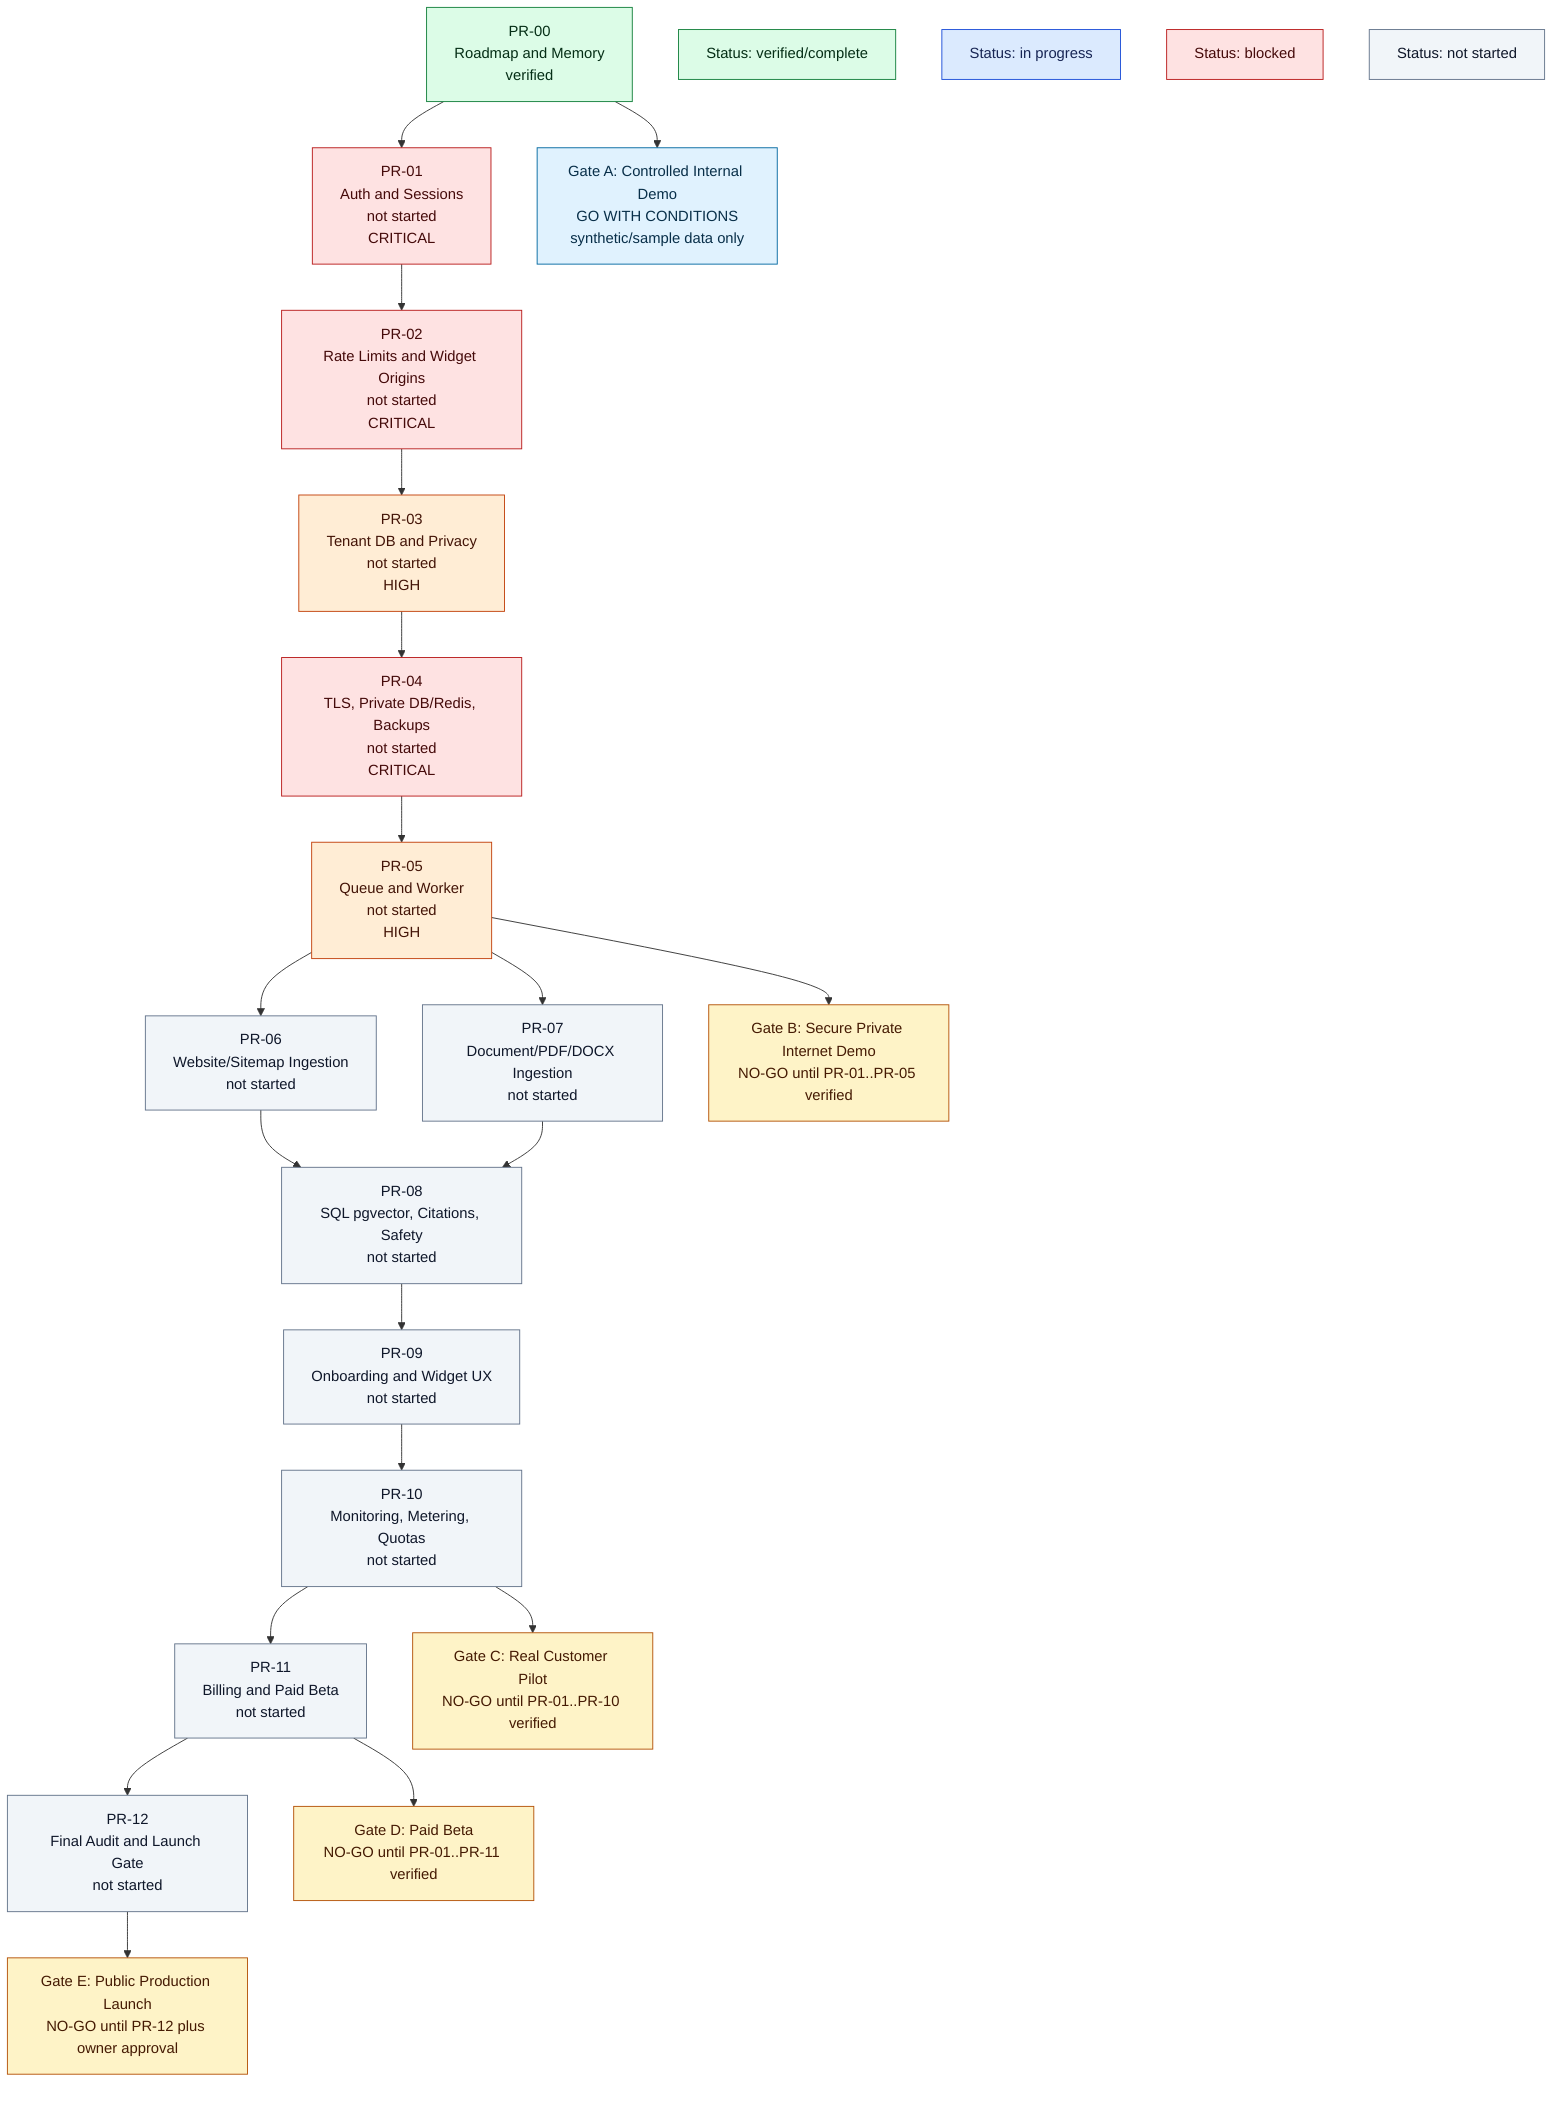
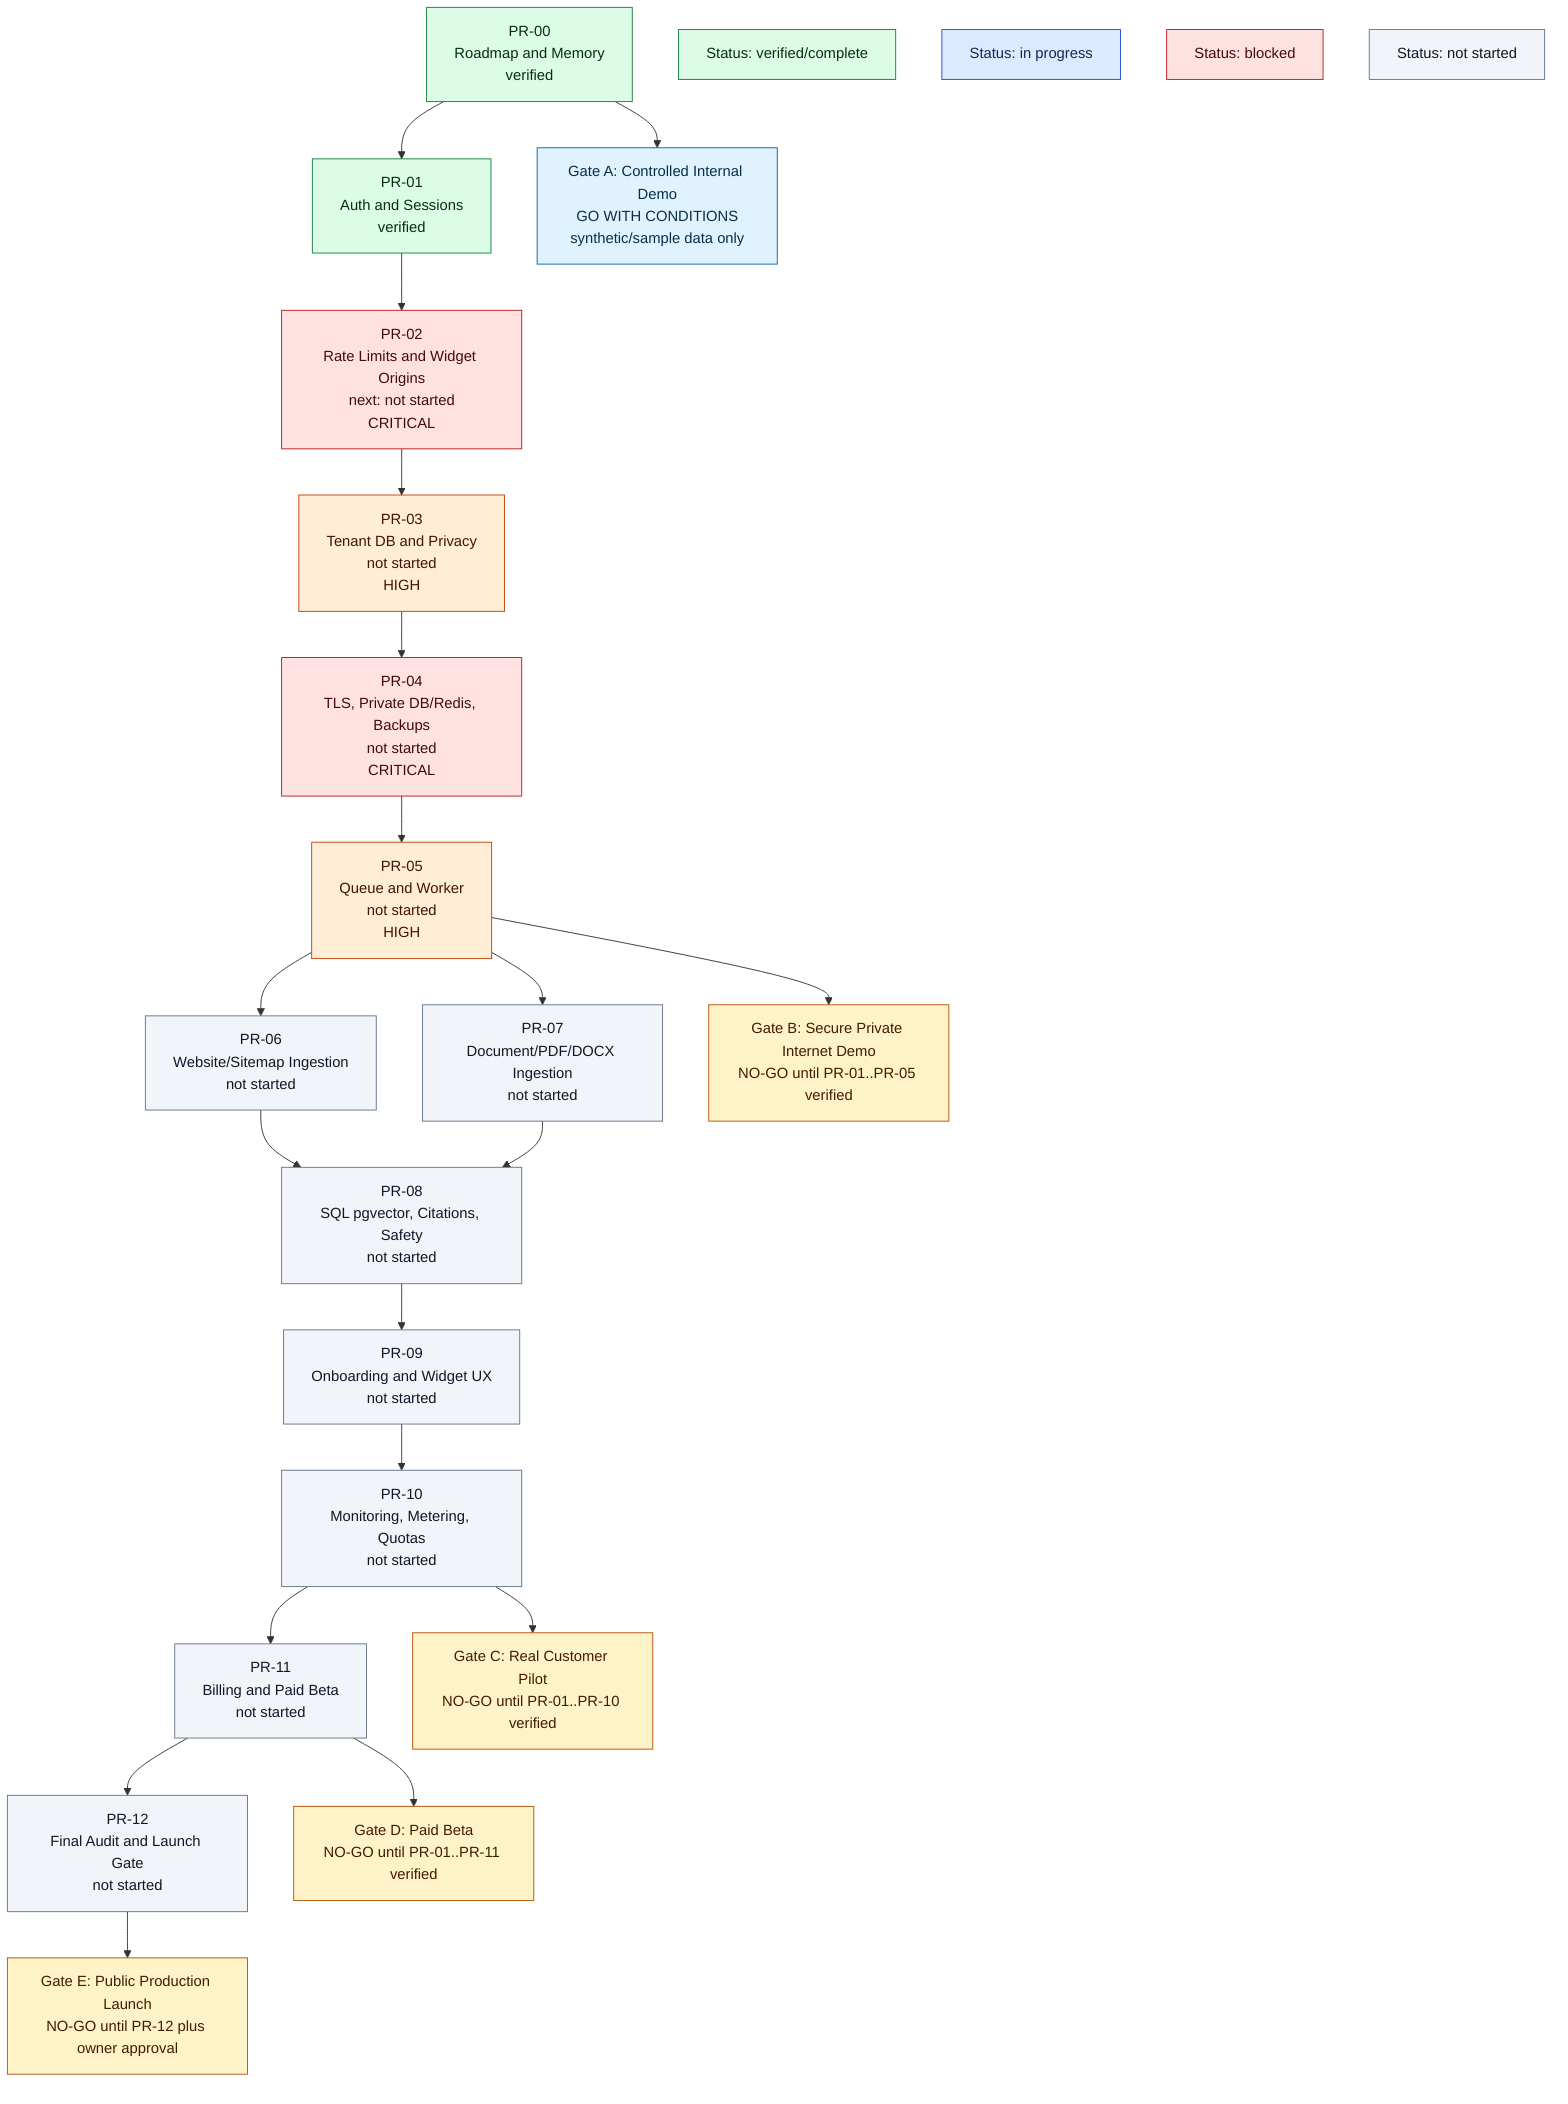
flowchart TB
    PR00["PR-00<br/>Roadmap and Memory<br/>verified"]
-     PR01["PR-01<br/>Auth and Sessions<br/>not started<br/>CRITICAL"]
-     PR02["PR-02<br/>Rate Limits and Widget Origins<br/>not started<br/>CRITICAL"]
+     PR01["PR-01<br/>Auth and Sessions<br/>verified"]
+     PR02["PR-02<br/>Rate Limits and Widget Origins<br/>next: not started<br/>CRITICAL"]
    PR03["PR-03<br/>Tenant DB and Privacy<br/>not started<br/>HIGH"]
    PR04["PR-04<br/>TLS, Private DB/Redis, Backups<br/>not started<br/>CRITICAL"]
    PR05["PR-05<br/>Queue and Worker<br/>not started<br/>HIGH"]
    PR06["PR-06<br/>Website/Sitemap Ingestion<br/>not started"]
    PR07["PR-07<br/>Document/PDF/DOCX Ingestion<br/>not started"]
    PR08["PR-08<br/>SQL pgvector, Citations, Safety<br/>not started"]
    PR09["PR-09<br/>Onboarding and Widget UX<br/>not started"]
    PR10["PR-10<br/>Monitoring, Metering, Quotas<br/>not started"]
    PR11["PR-11<br/>Billing and Paid Beta<br/>not started"]
    PR12["PR-12<br/>Final Audit and Launch Gate<br/>not started"]

    GateA["Gate A: Controlled Internal Demo<br/>GO WITH CONDITIONS<br/>synthetic/sample data only"]
    GateB["Gate B: Secure Private Internet Demo<br/>NO-GO until PR-01..PR-05 verified"]
    GateC["Gate C: Real Customer Pilot<br/>NO-GO until PR-01..PR-10 verified"]
    GateD["Gate D: Paid Beta<br/>NO-GO until PR-01..PR-11 verified"]
    GateE["Gate E: Public Production Launch<br/>NO-GO until PR-12 plus owner approval"]
    LegendVerified["Status: verified/complete"]
    LegendProgress["Status: in progress"]
    LegendBlocked["Status: blocked"]
    LegendPending["Status: not started"]

    PR00 --> PR01 --> PR02 --> PR03 --> PR04 --> PR05
    PR05 --> PR06
    PR05 --> PR07
    PR06 --> PR08
    PR07 --> PR08
    PR08 --> PR09 --> PR10 --> PR11 --> PR12
    PR00 --> GateA
    PR05 --> GateB
    PR10 --> GateC
    PR11 --> GateD
    PR12 --> GateE

    classDef verified fill:#dcfce7,stroke:#15803d,color:#052e16
    classDef inProgress fill:#dbeafe,stroke:#1d4ed8,color:#172554
    classDef blocked fill:#fee2e2,stroke:#b91c1c,color:#450a0a
    classDef critical fill:#fee2e2,stroke:#b91c1c,color:#450a0a
    classDef high fill:#ffedd5,stroke:#c2410c,color:#431407
    classDef pending fill:#f1f5f9,stroke:#64748b,color:#0f172a
    classDef gateOk fill:#e0f2fe,stroke:#0369a1,color:#082f49
    classDef gateNo fill:#fef3c7,stroke:#b45309,color:#451a03

-     class PR00 verified
-     class PR01,PR02,PR04 critical
+     class PR00,PR01 verified
+     class PR02,PR04 critical
    class PR03,PR05 high
    class PR06,PR07,PR08,PR09,PR10,PR11,PR12 pending
    class GateA gateOk
    class GateB,GateC,GateD,GateE gateNo
    class LegendVerified verified
    class LegendProgress inProgress
    class LegendBlocked blocked
    class LegendPending pending
